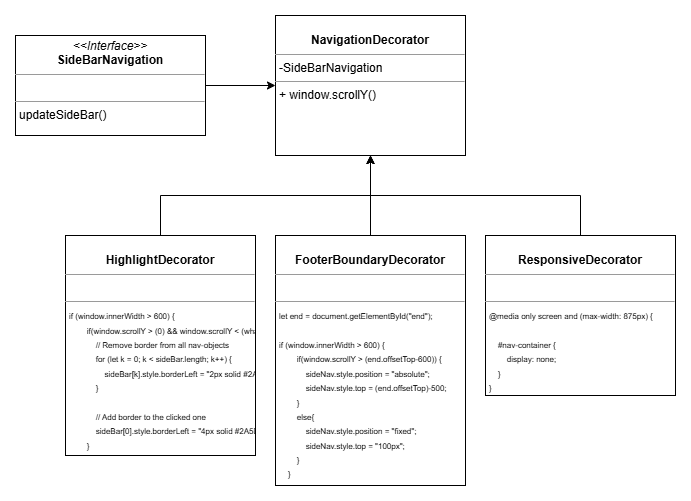
brenden-matteson/cs386 keeps this draw.io diagram as cs386/deliverables/deliverable5/decorator.drawio.png. Above is the earlier version. Source tidied: cells renumbered, new cells last; positions are measured from the earlier drawing's top-left corner, leaving out a move shared by most shapes. Its diagram source:
```xml
<mxGraphModel>
  <root>
    <mxCell id="0" />
    <mxCell id="1" parent="0" />
    <mxCell id="2" style="edgeStyle=orthogonalEdgeStyle;rounded=0;jettySize=auto;html=1;entryX=0;entryY=0.5;entryDx=0;entryDy=0;" parent="1" edge="1" source="3" target="4">
      <mxGeometry relative="1" as="geometry" />
    </mxCell>
    <mxCell id="3" value="&lt;p style=&quot;margin:0px;margin-top:4px;text-align:center;&quot;&gt;&lt;i&gt;&amp;lt;&amp;lt;Interface&amp;gt;&amp;gt;&lt;/i&gt;&lt;br&gt;&lt;b&gt;SideBarNavigation&lt;/b&gt;&lt;/p&gt;&lt;hr size=&quot;1&quot;&gt;&lt;p style=&quot;margin:0px;margin-left:4px;&quot;&gt;&lt;br&gt;&lt;/p&gt;&lt;hr size=&quot;1&quot;&gt;&lt;p style=&quot;margin:0px;margin-left:4px;&quot;&gt;updateSideBar()&lt;/p&gt;" style="verticalAlign=top;align=left;overflow=fill;fontSize=12;fontFamily=Helvetica;html=1;rounded=0;shadow=0;comic=0;labelBackgroundColor=none;strokeWidth=1;" parent="1" vertex="1">
      <mxGeometry y="20" width="190" height="100" as="geometry" />
    </mxCell>
    <mxCell id="4" value="&lt;p style=&quot;margin:0px;margin-top:4px;text-align:center;&quot;&gt;&lt;br&gt;&lt;b&gt;NavigationDecorator&lt;/b&gt;&lt;/p&gt;&lt;hr size=&quot;1&quot;&gt;&lt;p style=&quot;margin:0px;margin-left:4px;&quot;&gt;-SideBarNavigation&lt;/p&gt;&lt;hr size=&quot;1&quot;&gt;&lt;p style=&quot;margin:0px;margin-left:4px;&quot;&gt;+ window.scrollY()&lt;/p&gt;" style="verticalAlign=top;align=left;overflow=fill;fontSize=12;fontFamily=Helvetica;html=1;rounded=0;shadow=0;comic=0;labelBackgroundColor=none;strokeWidth=1;" parent="1" vertex="1">
      <mxGeometry x="260" width="190" height="140" as="geometry" />
    </mxCell>
    <mxCell id="5" style="edgeStyle=orthogonalEdgeStyle;rounded=0;jettySize=auto;html=1;entryX=0.5;entryY=1;entryDx=0;entryDy=0;exitX=0.5;exitY=0;exitDx=0;exitDy=0;" parent="1" edge="1" source="6" target="4">
      <mxGeometry relative="1" as="geometry" />
    </mxCell>
    <mxCell id="6" value="&lt;p style=&quot;margin:0px;margin-top:4px;text-align:center;&quot;&gt;&lt;br&gt;&lt;b&gt;HighlightDecorator&lt;/b&gt;&lt;/p&gt;&lt;hr size=&quot;1&quot;&gt;&lt;p style=&quot;margin:0px;margin-left:4px;&quot;&gt;&lt;br&gt;&lt;/p&gt;&lt;hr size=&quot;1&quot;&gt;&lt;p style=&quot;margin:0px;margin-left:4px;&quot;&gt;&lt;font style=&quot;font-size: 8px;&quot;&gt;if (window.innerWidth &amp;gt; 600) {&lt;/font&gt;&lt;/p&gt;&lt;p style=&quot;margin:0px;margin-left:4px;&quot;&gt;&lt;font style=&quot;font-size: 8px;&quot;&gt;&amp;nbsp; &amp;nbsp; &amp;nbsp; &amp;nbsp; if(window.scrollY &amp;gt; (0) &amp;amp;&amp;amp; window.scrollY &amp;lt; (what.offsetHeight-100)) {&lt;/font&gt;&lt;/p&gt;&lt;p style=&quot;margin:0px;margin-left:4px;&quot;&gt;&lt;span style=&quot;font-size: 8px;&quot;&gt;&lt;span style=&quot;white-space: pre;&quot;&gt;&#9;&lt;/span&gt;&amp;nbsp; &amp;nbsp; // Remove border from all nav-objects&lt;/span&gt;&lt;/p&gt;&lt;p style=&quot;margin:0px;margin-left:4px;&quot;&gt;&lt;span style=&quot;font-size: 8px;&quot;&gt;&amp;nbsp; &amp;nbsp; &amp;nbsp; &amp;nbsp; &amp;nbsp; &amp;nbsp; for (let k = 0; k &amp;lt; sideBar.length; k++) {&lt;/span&gt;&lt;/p&gt;&lt;p style=&quot;margin:0px;margin-left:4px;&quot;&gt;&lt;span style=&quot;font-size: 8px;&quot;&gt;&amp;nbsp; &amp;nbsp; &amp;nbsp; &amp;nbsp; &amp;nbsp; &amp;nbsp; &amp;nbsp; &amp;nbsp; sideBar[k].style.borderLeft = &quot;2px solid #2A5D67&quot;;&lt;/span&gt;&lt;/p&gt;&lt;p style=&quot;margin:0px;margin-left:4px;&quot;&gt;&lt;span style=&quot;font-size: 8px;&quot;&gt;&amp;nbsp; &amp;nbsp; &amp;nbsp; &amp;nbsp; &amp;nbsp; &amp;nbsp; }&lt;/span&gt;&lt;/p&gt;&lt;p style=&quot;margin:0px;margin-left:4px;&quot;&gt;&lt;span style=&quot;font-size: 8px;&quot;&gt;&lt;br&gt;&lt;/span&gt;&lt;/p&gt;&lt;p style=&quot;margin:0px;margin-left:4px;&quot;&gt;&lt;span style=&quot;font-size: 8px;&quot;&gt;&amp;nbsp; &amp;nbsp; &amp;nbsp; &amp;nbsp; &amp;nbsp; &amp;nbsp; // Add border to the clicked one&lt;/span&gt;&lt;/p&gt;&lt;p style=&quot;margin:0px;margin-left:4px;&quot;&gt;&lt;span style=&quot;font-size: 8px;&quot;&gt;&amp;nbsp; &amp;nbsp; &amp;nbsp; &amp;nbsp; &amp;nbsp; &amp;nbsp; sideBar[0].style.borderLeft = &quot;4px solid #2A5D67&quot;;&lt;/span&gt;&lt;/p&gt;&lt;p style=&quot;margin:0px;margin-left:4px;&quot;&gt;&lt;span style=&quot;font-size: 8px;&quot;&gt;&lt;font style=&quot;&quot;&gt;&lt;/font&gt;&lt;/span&gt;&lt;/p&gt;&lt;p style=&quot;margin:0px;margin-left:4px;&quot;&gt;&lt;span style=&quot;font-size: 8px;&quot;&gt;&amp;nbsp; &amp;nbsp; &amp;nbsp; &amp;nbsp; }&lt;/span&gt;&lt;/p&gt;" style="verticalAlign=top;align=left;overflow=fill;fontSize=12;fontFamily=Helvetica;html=1;rounded=0;shadow=0;comic=0;labelBackgroundColor=none;strokeWidth=1;" parent="1" vertex="1">
      <mxGeometry x="50" y="220" width="190" height="220" as="geometry" />
    </mxCell>
    <mxCell id="7" style="edgeStyle=orthogonalEdgeStyle;rounded=0;jettySize=auto;html=1;" parent="1" edge="1" source="8">
      <mxGeometry relative="1" as="geometry">
        <mxPoint x="355" y="140" as="targetPoint" />
      </mxGeometry>
    </mxCell>
    <mxCell id="8" value="&lt;p style=&quot;margin:0px;margin-top:4px;text-align:center;&quot;&gt;&lt;br&gt;&lt;b&gt;FooterBoundaryDecorator&lt;/b&gt;&lt;/p&gt;&lt;hr size=&quot;1&quot;&gt;&lt;p style=&quot;margin:0px;margin-left:4px;&quot;&gt;&lt;br&gt;&lt;/p&gt;&lt;hr size=&quot;1&quot;&gt;&lt;p style=&quot;margin:0px;margin-left:4px;&quot;&gt;&lt;font style=&quot;font-size: 8px;&quot;&gt;let end = document.getElementById(&quot;end&quot;);&lt;/font&gt;&lt;/p&gt;&lt;p style=&quot;margin:0px;margin-left:4px;&quot;&gt;&lt;font style=&quot;font-size: 8px;&quot;&gt;&lt;br&gt;&lt;/font&gt;&lt;/p&gt;&lt;p style=&quot;margin:0px;margin-left:4px;&quot;&gt;&lt;span style=&quot;font-size: 8px;&quot;&gt;if (window.innerWidth &amp;gt; 600) {&lt;/span&gt;&lt;/p&gt;&lt;p style=&quot;margin:0px;margin-left:4px;&quot;&gt;&lt;span style=&quot;font-size: 8px;&quot;&gt;&amp;nbsp; &amp;nbsp; &amp;nbsp; &amp;nbsp; if(window.scrollY &amp;gt; (end.offsetTop-600)) {&lt;/span&gt;&lt;/p&gt;&lt;p style=&quot;margin:0px;margin-left:4px;&quot;&gt;&lt;span style=&quot;font-size: 8px;&quot;&gt;&amp;nbsp; &amp;nbsp; &amp;nbsp; &amp;nbsp; &amp;nbsp; &amp;nbsp; sideNav.style.position = &quot;absolute&quot;;&lt;/span&gt;&lt;/p&gt;&lt;p style=&quot;margin:0px;margin-left:4px;&quot;&gt;&lt;span style=&quot;font-size: 8px;&quot;&gt;&amp;nbsp; &amp;nbsp; &amp;nbsp; &amp;nbsp; &amp;nbsp; &amp;nbsp; sideNav.style.top = (end.offsetTop)-500;&lt;/span&gt;&lt;/p&gt;&lt;p style=&quot;margin:0px;margin-left:4px;&quot;&gt;&lt;span style=&quot;font-size: 8px;&quot;&gt;&amp;nbsp; &amp;nbsp; &amp;nbsp; &amp;nbsp; }&lt;/span&gt;&lt;/p&gt;&lt;p style=&quot;margin:0px;margin-left:4px;&quot;&gt;&lt;span style=&quot;font-size: 8px;&quot;&gt;&amp;nbsp; &amp;nbsp; &amp;nbsp; &amp;nbsp; else{&lt;/span&gt;&lt;/p&gt;&lt;p style=&quot;margin:0px;margin-left:4px;&quot;&gt;&lt;span style=&quot;font-size: 8px;&quot;&gt;&amp;nbsp; &amp;nbsp; &amp;nbsp; &amp;nbsp; &amp;nbsp; &amp;nbsp; sideNav.style.position = &quot;fixed&quot;;&lt;/span&gt;&lt;/p&gt;&lt;p style=&quot;margin:0px;margin-left:4px;&quot;&gt;&lt;span style=&quot;font-size: 8px;&quot;&gt;&amp;nbsp; &amp;nbsp; &amp;nbsp; &amp;nbsp; &amp;nbsp; &amp;nbsp; sideNav.style.top = &quot;100px&quot;;&lt;/span&gt;&lt;/p&gt;&lt;p style=&quot;margin:0px;margin-left:4px;&quot;&gt;&lt;span style=&quot;font-size: 8px;&quot;&gt;&amp;nbsp; &amp;nbsp; &amp;nbsp; &amp;nbsp; }&lt;/span&gt;&lt;/p&gt;&lt;p style=&quot;margin:0px;margin-left:4px;&quot;&gt;&lt;span style=&quot;font-size: 8px;&quot;&gt;&lt;font style=&quot;&quot;&gt;&lt;/font&gt;&lt;/span&gt;&lt;/p&gt;&lt;p style=&quot;margin:0px;margin-left:4px;&quot;&gt;&lt;span style=&quot;font-size: 8px;&quot;&gt;&amp;nbsp; &amp;nbsp; }&lt;/span&gt;&lt;/p&gt;" style="verticalAlign=top;align=left;overflow=fill;fontSize=12;fontFamily=Helvetica;html=1;rounded=0;shadow=0;comic=0;labelBackgroundColor=none;strokeWidth=1;" parent="1" vertex="1">
      <mxGeometry x="260" y="220" width="190" height="250" as="geometry" />
    </mxCell>
    <mxCell id="9" style="edgeStyle=orthogonalEdgeStyle;rounded=0;jettySize=auto;html=1;entryX=0.5;entryY=1;entryDx=0;entryDy=0;exitX=0.5;exitY=0;exitDx=0;exitDy=0;" parent="1" edge="1" source="10" target="4">
      <mxGeometry relative="1" as="geometry" />
    </mxCell>
    <mxCell id="10" value="&lt;p style=&quot;margin:0px;margin-top:4px;text-align:center;&quot;&gt;&lt;br&gt;&lt;b&gt;ResponsiveDecorator&lt;/b&gt;&lt;/p&gt;&lt;hr size=&quot;1&quot;&gt;&lt;p style=&quot;margin:0px;margin-left:4px;&quot;&gt;&lt;br&gt;&lt;/p&gt;&lt;hr size=&quot;1&quot;&gt;&lt;p style=&quot;margin:0px;margin-left:4px;&quot;&gt;&lt;font style=&quot;font-size: 8px;&quot;&gt;@media only screen and (max-width: 875px) {&lt;/font&gt;&lt;/p&gt;&lt;p style=&quot;margin:0px;margin-left:4px;&quot;&gt;&lt;font style=&quot;font-size: 8px;&quot;&gt;&lt;br&gt;&lt;/font&gt;&lt;/p&gt;&lt;p style=&quot;margin:0px;margin-left:4px;&quot;&gt;&lt;font style=&quot;font-size: 8px;&quot;&gt;&amp;nbsp; &amp;nbsp; #nav-container {&lt;/font&gt;&lt;/p&gt;&lt;p style=&quot;margin:0px;margin-left:4px;&quot;&gt;&lt;font style=&quot;font-size: 8px;&quot;&gt;&amp;nbsp; &amp;nbsp; &amp;nbsp; &amp;nbsp; display: none;&lt;/font&gt;&lt;/p&gt;&lt;p style=&quot;margin:0px;margin-left:4px;&quot;&gt;&lt;font style=&quot;font-size: 8px;&quot;&gt;&amp;nbsp; &amp;nbsp; }&lt;/font&gt;&lt;/p&gt;&lt;p style=&quot;margin:0px;margin-left:4px;&quot;&gt;&lt;font style=&quot;font-size: 8px;&quot;&gt;}&lt;/font&gt;&lt;/p&gt;" style="verticalAlign=top;align=left;overflow=fill;fontSize=12;fontFamily=Helvetica;html=1;rounded=0;shadow=0;comic=0;labelBackgroundColor=none;strokeWidth=1;" parent="1" vertex="1">
      <mxGeometry x="470" y="220" width="190" height="160" as="geometry" />
    </mxCell>
  </root>
</mxGraphModel>
```
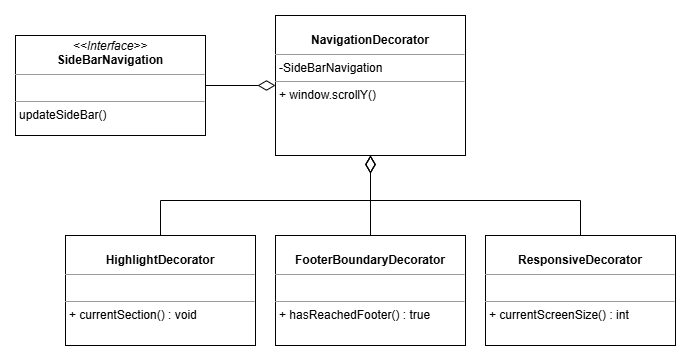
Later version of the same file.

Commit message:
Added new decorator pattern design pattern diagram.

The edit, as a diff of the source:
```diff
@@ -2,7 +2,7 @@
   <root>
     <mxCell id="0" />
     <mxCell id="1" parent="0" />
-    <mxCell id="2" style="edgeStyle=orthogonalEdgeStyle;rounded=0;jettySize=auto;html=1;entryX=0;entryY=0.5;entryDx=0;entryDy=0;" parent="1" edge="1" source="3" target="4">
+    <mxCell id="2" style="edgeStyle=orthogonalEdgeStyle;rounded=0;jettySize=auto;html=1;entryX=0;entryY=0.5;entryDx=0;entryDy=0;endArrow=diamondThin;endFill=0;endSize=15;" parent="1" edge="1" source="3" target="4">
       <mxGeometry relative="1" as="geometry" />
     </mxCell>
     <mxCell id="3" value="&lt;p style=&quot;margin:0px;margin-top:4px;text-align:center;&quot;&gt;&lt;i&gt;&amp;lt;&amp;lt;Interface&amp;gt;&amp;gt;&lt;/i&gt;&lt;br&gt;&lt;b&gt;SideBarNavigation&lt;/b&gt;&lt;/p&gt;&lt;hr size=&quot;1&quot;&gt;&lt;p style=&quot;margin:0px;margin-left:4px;&quot;&gt;&lt;br&gt;&lt;/p&gt;&lt;hr size=&quot;1&quot;&gt;&lt;p style=&quot;margin:0px;margin-left:4px;&quot;&gt;updateSideBar()&lt;/p&gt;" style="verticalAlign=top;align=left;overflow=fill;fontSize=12;fontFamily=Helvetica;html=1;rounded=0;shadow=0;comic=0;labelBackgroundColor=none;strokeWidth=1;" parent="1" vertex="1">
@@ -11,25 +11,25 @@
     <mxCell id="4" value="&lt;p style=&quot;margin:0px;margin-top:4px;text-align:center;&quot;&gt;&lt;br&gt;&lt;b&gt;NavigationDecorator&lt;/b&gt;&lt;/p&gt;&lt;hr size=&quot;1&quot;&gt;&lt;p style=&quot;margin:0px;margin-left:4px;&quot;&gt;-SideBarNavigation&lt;/p&gt;&lt;hr size=&quot;1&quot;&gt;&lt;p style=&quot;margin:0px;margin-left:4px;&quot;&gt;+ window.scrollY()&lt;/p&gt;" style="verticalAlign=top;align=left;overflow=fill;fontSize=12;fontFamily=Helvetica;html=1;rounded=0;shadow=0;comic=0;labelBackgroundColor=none;strokeWidth=1;" parent="1" vertex="1">
       <mxGeometry x="260" width="190" height="140" as="geometry" />
     </mxCell>
-    <mxCell id="5" style="edgeStyle=orthogonalEdgeStyle;rounded=0;jettySize=auto;html=1;entryX=0.5;entryY=1;entryDx=0;entryDy=0;exitX=0.5;exitY=0;exitDx=0;exitDy=0;" parent="1" edge="1" source="6" target="4">
+    <mxCell id="5" style="edgeStyle=orthogonalEdgeStyle;rounded=0;jettySize=auto;html=1;entryX=0.5;entryY=1;entryDx=0;entryDy=0;exitX=0.5;exitY=0;exitDx=0;exitDy=0;endArrow=diamondThin;endFill=0;endSize=15;" parent="1" edge="1" source="6" target="4">
       <mxGeometry relative="1" as="geometry" />
     </mxCell>
-    <mxCell id="6" value="&lt;p style=&quot;margin:0px;margin-top:4px;text-align:center;&quot;&gt;&lt;br&gt;&lt;b&gt;HighlightDecorator&lt;/b&gt;&lt;/p&gt;&lt;hr size=&quot;1&quot;&gt;&lt;p style=&quot;margin:0px;margin-left:4px;&quot;&gt;&lt;br&gt;&lt;/p&gt;&lt;hr size=&quot;1&quot;&gt;&lt;p style=&quot;margin:0px;margin-left:4px;&quot;&gt;&lt;font style=&quot;font-size: 8px;&quot;&gt;if (window.innerWidth &amp;gt; 600) {&lt;/font&gt;&lt;/p&gt;&lt;p style=&quot;margin:0px;margin-left:4px;&quot;&gt;&lt;font style=&quot;font-size: 8px;&quot;&gt;&amp;nbsp; &amp;nbsp; &amp;nbsp; &amp;nbsp; if(window.scrollY &amp;gt; (0) &amp;amp;&amp;amp; window.scrollY &amp;lt; (what.offsetHeight-100)) {&lt;/font&gt;&lt;/p&gt;&lt;p style=&quot;margin:0px;margin-left:4px;&quot;&gt;&lt;span style=&quot;font-size: 8px;&quot;&gt;&lt;span style=&quot;white-space: pre;&quot;&gt;&#9;&lt;/span&gt;&amp;nbsp; &amp;nbsp; // Remove border from all nav-objects&lt;/span&gt;&lt;/p&gt;&lt;p style=&quot;margin:0px;margin-left:4px;&quot;&gt;&lt;span style=&quot;font-size: 8px;&quot;&gt;&amp;nbsp; &amp;nbsp; &amp;nbsp; &amp;nbsp; &amp;nbsp; &amp;nbsp; for (let k = 0; k &amp;lt; sideBar.length; k++) {&lt;/span&gt;&lt;/p&gt;&lt;p style=&quot;margin:0px;margin-left:4px;&quot;&gt;&lt;span style=&quot;font-size: 8px;&quot;&gt;&amp;nbsp; &amp;nbsp; &amp;nbsp; &amp;nbsp; &amp;nbsp; &amp;nbsp; &amp;nbsp; &amp;nbsp; sideBar[k].style.borderLeft = &quot;2px solid #2A5D67&quot;;&lt;/span&gt;&lt;/p&gt;&lt;p style=&quot;margin:0px;margin-left:4px;&quot;&gt;&lt;span style=&quot;font-size: 8px;&quot;&gt;&amp;nbsp; &amp;nbsp; &amp;nbsp; &amp;nbsp; &amp;nbsp; &amp;nbsp; }&lt;/span&gt;&lt;/p&gt;&lt;p style=&quot;margin:0px;margin-left:4px;&quot;&gt;&lt;span style=&quot;font-size: 8px;&quot;&gt;&lt;br&gt;&lt;/span&gt;&lt;/p&gt;&lt;p style=&quot;margin:0px;margin-left:4px;&quot;&gt;&lt;span style=&quot;font-size: 8px;&quot;&gt;&amp;nbsp; &amp;nbsp; &amp;nbsp; &amp;nbsp; &amp;nbsp; &amp;nbsp; // Add border to the clicked one&lt;/span&gt;&lt;/p&gt;&lt;p style=&quot;margin:0px;margin-left:4px;&quot;&gt;&lt;span style=&quot;font-size: 8px;&quot;&gt;&amp;nbsp; &amp;nbsp; &amp;nbsp; &amp;nbsp; &amp;nbsp; &amp;nbsp; sideBar[0].style.borderLeft = &quot;4px solid #2A5D67&quot;;&lt;/span&gt;&lt;/p&gt;&lt;p style=&quot;margin:0px;margin-left:4px;&quot;&gt;&lt;span style=&quot;font-size: 8px;&quot;&gt;&lt;font style=&quot;&quot;&gt;&lt;/font&gt;&lt;/span&gt;&lt;/p&gt;&lt;p style=&quot;margin:0px;margin-left:4px;&quot;&gt;&lt;span style=&quot;font-size: 8px;&quot;&gt;&amp;nbsp; &amp;nbsp; &amp;nbsp; &amp;nbsp; }&lt;/span&gt;&lt;/p&gt;" style="verticalAlign=top;align=left;overflow=fill;fontSize=12;fontFamily=Helvetica;html=1;rounded=0;shadow=0;comic=0;labelBackgroundColor=none;strokeWidth=1;" parent="1" vertex="1">
-      <mxGeometry x="50" y="220" width="190" height="220" as="geometry" />
+    <mxCell id="6" value="&lt;p style=&quot;margin:0px;margin-top:4px;text-align:center;&quot;&gt;&lt;br&gt;&lt;b&gt;HighlightDecorator&lt;/b&gt;&lt;/p&gt;&lt;hr size=&quot;1&quot;&gt;&lt;p style=&quot;margin:0px;margin-left:4px;&quot;&gt;&lt;br&gt;&lt;/p&gt;&lt;hr size=&quot;1&quot;&gt;&lt;p style=&quot;margin:0px;margin-left:4px;&quot;&gt;&lt;font&gt;+ currentSection() : void&lt;/font&gt;&lt;/p&gt;" style="verticalAlign=top;align=left;overflow=fill;fontSize=12;fontFamily=Helvetica;html=1;rounded=0;shadow=0;comic=0;labelBackgroundColor=none;strokeWidth=1;" parent="1" vertex="1">
+      <mxGeometry x="50" y="220" width="190" height="110" as="geometry" />
     </mxCell>
-    <mxCell id="7" style="edgeStyle=orthogonalEdgeStyle;rounded=0;jettySize=auto;html=1;" parent="1" edge="1" source="8">
+    <mxCell id="7" style="edgeStyle=orthogonalEdgeStyle;rounded=0;jettySize=auto;html=1;endArrow=diamondThin;endFill=0;endSize=15;" parent="1" edge="1" source="8">
       <mxGeometry relative="1" as="geometry">
         <mxPoint x="355" y="140" as="targetPoint" />
       </mxGeometry>
     </mxCell>
-    <mxCell id="8" value="&lt;p style=&quot;margin:0px;margin-top:4px;text-align:center;&quot;&gt;&lt;br&gt;&lt;b&gt;FooterBoundaryDecorator&lt;/b&gt;&lt;/p&gt;&lt;hr size=&quot;1&quot;&gt;&lt;p style=&quot;margin:0px;margin-left:4px;&quot;&gt;&lt;br&gt;&lt;/p&gt;&lt;hr size=&quot;1&quot;&gt;&lt;p style=&quot;margin:0px;margin-left:4px;&quot;&gt;&lt;font style=&quot;font-size: 8px;&quot;&gt;let end = document.getElementById(&quot;end&quot;);&lt;/font&gt;&lt;/p&gt;&lt;p style=&quot;margin:0px;margin-left:4px;&quot;&gt;&lt;font style=&quot;font-size: 8px;&quot;&gt;&lt;br&gt;&lt;/font&gt;&lt;/p&gt;&lt;p style=&quot;margin:0px;margin-left:4px;&quot;&gt;&lt;span style=&quot;font-size: 8px;&quot;&gt;if (window.innerWidth &amp;gt; 600) {&lt;/span&gt;&lt;/p&gt;&lt;p style=&quot;margin:0px;margin-left:4px;&quot;&gt;&lt;span style=&quot;font-size: 8px;&quot;&gt;&amp;nbsp; &amp;nbsp; &amp;nbsp; &amp;nbsp; if(window.scrollY &amp;gt; (end.offsetTop-600)) {&lt;/span&gt;&lt;/p&gt;&lt;p style=&quot;margin:0px;margin-left:4px;&quot;&gt;&lt;span style=&quot;font-size: 8px;&quot;&gt;&amp;nbsp; &amp;nbsp; &amp;nbsp; &amp;nbsp; &amp;nbsp; &amp;nbsp; sideNav.style.position = &quot;absolute&quot;;&lt;/span&gt;&lt;/p&gt;&lt;p style=&quot;margin:0px;margin-left:4px;&quot;&gt;&lt;span style=&quot;font-size: 8px;&quot;&gt;&amp;nbsp; &amp;nbsp; &amp;nbsp; &amp;nbsp; &amp;nbsp; &amp;nbsp; sideNav.style.top = (end.offsetTop)-500;&lt;/span&gt;&lt;/p&gt;&lt;p style=&quot;margin:0px;margin-left:4px;&quot;&gt;&lt;span style=&quot;font-size: 8px;&quot;&gt;&amp;nbsp; &amp;nbsp; &amp;nbsp; &amp;nbsp; }&lt;/span&gt;&lt;/p&gt;&lt;p style=&quot;margin:0px;margin-left:4px;&quot;&gt;&lt;span style=&quot;font-size: 8px;&quot;&gt;&amp;nbsp; &amp;nbsp; &amp;nbsp; &amp;nbsp; else{&lt;/span&gt;&lt;/p&gt;&lt;p style=&quot;margin:0px;margin-left:4px;&quot;&gt;&lt;span style=&quot;font-size: 8px;&quot;&gt;&amp;nbsp; &amp;nbsp; &amp;nbsp; &amp;nbsp; &amp;nbsp; &amp;nbsp; sideNav.style.position = &quot;fixed&quot;;&lt;/span&gt;&lt;/p&gt;&lt;p style=&quot;margin:0px;margin-left:4px;&quot;&gt;&lt;span style=&quot;font-size: 8px;&quot;&gt;&amp;nbsp; &amp;nbsp; &amp;nbsp; &amp;nbsp; &amp;nbsp; &amp;nbsp; sideNav.style.top = &quot;100px&quot;;&lt;/span&gt;&lt;/p&gt;&lt;p style=&quot;margin:0px;margin-left:4px;&quot;&gt;&lt;span style=&quot;font-size: 8px;&quot;&gt;&amp;nbsp; &amp;nbsp; &amp;nbsp; &amp;nbsp; }&lt;/span&gt;&lt;/p&gt;&lt;p style=&quot;margin:0px;margin-left:4px;&quot;&gt;&lt;span style=&quot;font-size: 8px;&quot;&gt;&lt;font style=&quot;&quot;&gt;&lt;/font&gt;&lt;/span&gt;&lt;/p&gt;&lt;p style=&quot;margin:0px;margin-left:4px;&quot;&gt;&lt;span style=&quot;font-size: 8px;&quot;&gt;&amp;nbsp; &amp;nbsp; }&lt;/span&gt;&lt;/p&gt;" style="verticalAlign=top;align=left;overflow=fill;fontSize=12;fontFamily=Helvetica;html=1;rounded=0;shadow=0;comic=0;labelBackgroundColor=none;strokeWidth=1;" parent="1" vertex="1">
-      <mxGeometry x="260" y="220" width="190" height="250" as="geometry" />
+    <mxCell id="8" value="&lt;p style=&quot;margin:0px;margin-top:4px;text-align:center;&quot;&gt;&lt;br&gt;&lt;b&gt;FooterBoundaryDecorator&lt;/b&gt;&lt;/p&gt;&lt;hr size=&quot;1&quot;&gt;&lt;p style=&quot;margin:0px;margin-left:4px;&quot;&gt;&lt;br&gt;&lt;/p&gt;&lt;hr size=&quot;1&quot;&gt;&lt;p style=&quot;margin:0px;margin-left:4px;&quot;&gt;&lt;font&gt;+ hasReachedFooter() : true&lt;/font&gt;&lt;/p&gt;" style="verticalAlign=top;align=left;overflow=fill;fontSize=12;fontFamily=Helvetica;html=1;rounded=0;shadow=0;comic=0;labelBackgroundColor=none;strokeWidth=1;" parent="1" vertex="1">
+      <mxGeometry x="260" y="220" width="190" height="110" as="geometry" />
     </mxCell>
-    <mxCell id="9" style="edgeStyle=orthogonalEdgeStyle;rounded=0;jettySize=auto;html=1;entryX=0.5;entryY=1;entryDx=0;entryDy=0;exitX=0.5;exitY=0;exitDx=0;exitDy=0;" parent="1" edge="1" source="10" target="4">
+    <mxCell id="9" style="edgeStyle=orthogonalEdgeStyle;rounded=0;jettySize=auto;html=1;entryX=0.5;entryY=1;entryDx=0;entryDy=0;exitX=0.5;exitY=0;exitDx=0;exitDy=0;endArrow=diamondThin;endFill=0;endSize=15;" parent="1" edge="1" source="10" target="4">
       <mxGeometry relative="1" as="geometry" />
     </mxCell>
-    <mxCell id="10" value="&lt;p style=&quot;margin:0px;margin-top:4px;text-align:center;&quot;&gt;&lt;br&gt;&lt;b&gt;ResponsiveDecorator&lt;/b&gt;&lt;/p&gt;&lt;hr size=&quot;1&quot;&gt;&lt;p style=&quot;margin:0px;margin-left:4px;&quot;&gt;&lt;br&gt;&lt;/p&gt;&lt;hr size=&quot;1&quot;&gt;&lt;p style=&quot;margin:0px;margin-left:4px;&quot;&gt;&lt;font style=&quot;font-size: 8px;&quot;&gt;@media only screen and (max-width: 875px) {&lt;/font&gt;&lt;/p&gt;&lt;p style=&quot;margin:0px;margin-left:4px;&quot;&gt;&lt;font style=&quot;font-size: 8px;&quot;&gt;&lt;br&gt;&lt;/font&gt;&lt;/p&gt;&lt;p style=&quot;margin:0px;margin-left:4px;&quot;&gt;&lt;font style=&quot;font-size: 8px;&quot;&gt;&amp;nbsp; &amp;nbsp; #nav-container {&lt;/font&gt;&lt;/p&gt;&lt;p style=&quot;margin:0px;margin-left:4px;&quot;&gt;&lt;font style=&quot;font-size: 8px;&quot;&gt;&amp;nbsp; &amp;nbsp; &amp;nbsp; &amp;nbsp; display: none;&lt;/font&gt;&lt;/p&gt;&lt;p style=&quot;margin:0px;margin-left:4px;&quot;&gt;&lt;font style=&quot;font-size: 8px;&quot;&gt;&amp;nbsp; &amp;nbsp; }&lt;/font&gt;&lt;/p&gt;&lt;p style=&quot;margin:0px;margin-left:4px;&quot;&gt;&lt;font style=&quot;font-size: 8px;&quot;&gt;}&lt;/font&gt;&lt;/p&gt;" style="verticalAlign=top;align=left;overflow=fill;fontSize=12;fontFamily=Helvetica;html=1;rounded=0;shadow=0;comic=0;labelBackgroundColor=none;strokeWidth=1;" parent="1" vertex="1">
-      <mxGeometry x="470" y="220" width="190" height="160" as="geometry" />
+    <mxCell id="10" value="&lt;p style=&quot;margin:0px;margin-top:4px;text-align:center;&quot;&gt;&lt;br&gt;&lt;b&gt;ResponsiveDecorator&lt;/b&gt;&lt;/p&gt;&lt;hr size=&quot;1&quot;&gt;&lt;p style=&quot;margin:0px;margin-left:4px;&quot;&gt;&lt;br&gt;&lt;/p&gt;&lt;hr size=&quot;1&quot;&gt;&lt;p style=&quot;margin:0px;margin-left:4px;&quot;&gt;+ currentScreenSize() : int&lt;/p&gt;" style="verticalAlign=top;align=left;overflow=fill;fontSize=12;fontFamily=Helvetica;html=1;rounded=0;shadow=0;comic=0;labelBackgroundColor=none;strokeWidth=1;" parent="1" vertex="1">
+      <mxGeometry x="470" y="220" width="190" height="110" as="geometry" />
     </mxCell>
   </root>
 </mxGraphModel>
```
